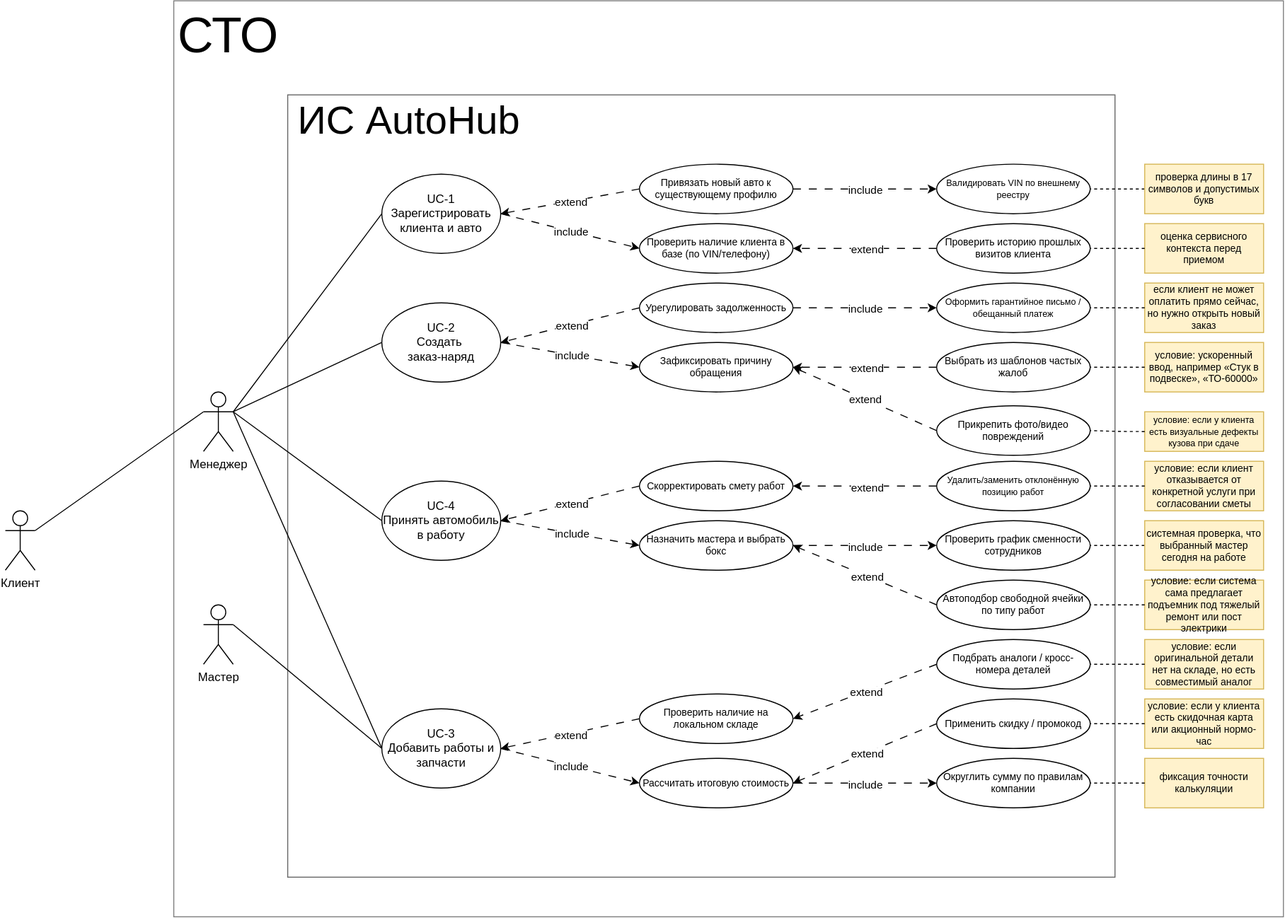
Above: docs/assets/images/usecase-diagram.svg in IggyKuz/AutoHub-Docs (draw.io), before the change. Source tidied: cells renumbered, new cells last; positions are measured from the earlier drawing's top-left corner, leaving out a move shared by most shapes.
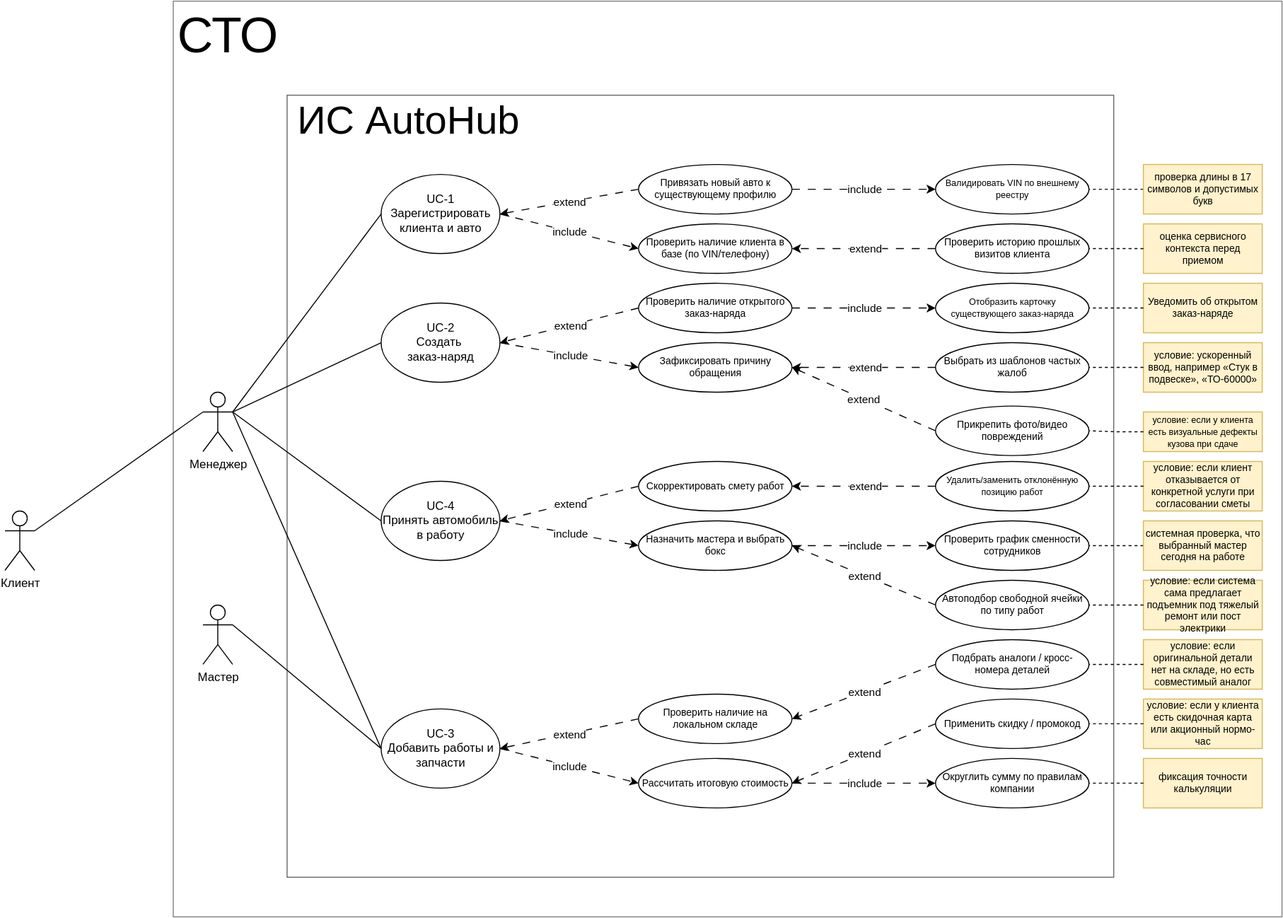
After the change.

What changed in the source:
```diff
@@ -1,13 +1,13 @@
-<mxGraphModel background="light-dark(#FFFFFF80,#12121280)">
+<mxGraphModel>
   <root>
     <mxCell id="0" />
     <mxCell id="1" parent="0" />
-    <mxCell id="2" style="rounded=0;whiteSpace=wrap;html=1;opacity=50;" parent="1" vertex="1">
-      <mxGeometry x="170" width="1120" height="925" as="geometry" />
-    </mxCell>
-    <mxCell id="3" style="rounded=0;whiteSpace=wrap;html=1;strokeColor=light-dark(#000000,#000000);opacity=60;" parent="1" vertex="1">
-      <mxGeometry x="285" y="95" width="835" height="790" as="geometry" />
-    </mxCell>
+    <mxCell id="98" style="rounded=0;whiteSpace=wrap;html=1;opacity=50;" parent="1" vertex="1">
+      <mxGeometry x="170" width="1120" height="925" as="geometry" />
+    </mxCell>
+    <mxCell id="99" style="rounded=0;whiteSpace=wrap;html=1;strokeColor=light-dark(#000000,#000000);opacity=60;" parent="1" vertex="1">
+      <mxGeometry x="285" y="95" width="835" height="790" as="geometry" />
+    </mxCell>
     <mxCell id="4" value="&lt;font style=&quot;font-size: 40px;&quot;&gt;ИС AutoHub&lt;/font&gt;" style="text;html=1;whiteSpace=wrap;strokeColor=none;fillColor=none;align=center;verticalAlign=middle;rounded=0;" parent="1" vertex="1">
       <mxGeometry x="290" y="105" width="235" height="30" as="geometry" />
     </mxCell>
@@ -38,9 +38,9 @@
     <mxCell id="13" style="endArrow=classic;html=1;rounded=0;entryX=0;entryY=0.5;entryDx=0;entryDy=0;dashed=1;dashPattern=8 8;exitX=1;exitY=0.5;exitDx=0;exitDy=0;" parent="1" edge="1" source="20" target="9">
       <mxGeometry relative="1" as="geometry" />
     </mxCell>
-    <mxCell id="14" value="include" style="edgeLabel;html=1;align=center;verticalAlign=middle;" parent="13" vertex="1">
-      <mxGeometry relative="1" as="geometry" />
-    </mxCell>
+    <mxCell id="100" value="include" style="edgeLabel;html=1;align=center;verticalAlign=middle;" parent="13" vertex="1">
+      <mxGeometry relative="1" as="geometry" />
+    </mxCell>
     <mxCell id="15" value="&lt;div&gt;UC-1&lt;/div&gt;Зарегистрировать&lt;div&gt;клиента и авто&lt;/div&gt;" style="ellipse;whiteSpace=wrap;html=1;" parent="1" vertex="1">
       <mxGeometry x="380" y="175" width="120" height="80" as="geometry" />
     </mxCell>
@@ -68,9 +68,9 @@
     <mxCell id="23" value="&lt;font&gt;Проверить наличие клиента в базе (по VIN/телефону)&lt;/font&gt;" style="ellipse;whiteSpace=wrap;html=1;fontSize=10;" parent="1" vertex="1">
       <mxGeometry x="640" y="225" width="155" height="50" as="geometry" />
     </mxCell>
-    <mxCell id="24" value="Урегулировать задолженность" style="ellipse;whiteSpace=wrap;html=1;fontSize=10;" parent="1" vertex="1">
-      <mxGeometry x="640" y="285" width="155" height="50" as="geometry" />
-    </mxCell>
+    <mxCell id="101" value="Проверить наличие открытого заказ-наряда" style="ellipse;whiteSpace=wrap;html=1;fontSize=10;" parent="1" vertex="1">
+      <mxGeometry x="640" y="285" width="155" height="50" as="geometry" />
+    </mxCell>
     <mxCell id="25" value="&lt;font&gt;Привязать новый авто к существующему профилю&lt;/font&gt;" style="ellipse;whiteSpace=wrap;html=1;fontSize=10;" parent="1" vertex="1">
       <mxGeometry x="640" y="165" width="155" height="50" as="geometry" />
     </mxCell>
@@ -86,51 +86,51 @@
     <mxCell id="29" style="endArrow=classic;html=1;rounded=0;entryX=0;entryY=0.5;entryDx=0;entryDy=0;dashed=1;dashPattern=8 8;exitX=1;exitY=0.5;exitDx=0;exitDy=0;" parent="1" edge="1" source="7" target="27">
       <mxGeometry relative="1" as="geometry" />
     </mxCell>
-    <mxCell id="30" value="include" style="edgeLabel;html=1;align=center;verticalAlign=middle;" parent="29" vertex="1">
-      <mxGeometry relative="1" as="geometry" />
-    </mxCell>
+    <mxCell id="102" value="include" style="edgeLabel;html=1;align=center;verticalAlign=middle;" parent="29" vertex="1">
+      <mxGeometry relative="1" as="geometry" />
+    </mxCell>
     <mxCell id="31" style="endArrow=classic;html=1;rounded=0;entryX=0;entryY=0.5;entryDx=0;entryDy=0;dashed=1;dashPattern=8 8;exitX=1;exitY=0.5;exitDx=0;exitDy=0;" parent="1" edge="1" source="15" target="23">
       <mxGeometry relative="1" as="geometry" />
     </mxCell>
-    <mxCell id="32" value="include" style="edgeLabel;html=1;align=center;verticalAlign=middle;" parent="31" vertex="1">
-      <mxGeometry relative="1" as="geometry" />
-    </mxCell>
+    <mxCell id="103" value="include" style="edgeLabel;html=1;align=center;verticalAlign=middle;" parent="31" vertex="1">
+      <mxGeometry relative="1" as="geometry" />
+    </mxCell>
     <mxCell id="33" style="endArrow=classic;html=1;rounded=0;entryX=0;entryY=0.5;entryDx=0;entryDy=0;dashed=1;dashPattern=8 8;exitX=1;exitY=0.5;exitDx=0;exitDy=0;" parent="1" edge="1" source="16" target="22">
       <mxGeometry relative="1" as="geometry" />
     </mxCell>
-    <mxCell id="34" value="include" style="edgeLabel;html=1;align=center;verticalAlign=middle;" parent="33" vertex="1">
-      <mxGeometry relative="1" as="geometry" />
-    </mxCell>
+    <mxCell id="104" value="include" style="edgeLabel;html=1;align=center;verticalAlign=middle;" parent="33" vertex="1">
+      <mxGeometry relative="1" as="geometry" />
+    </mxCell>
     <mxCell id="35" style="endArrow=classic;html=1;rounded=0;entryX=1;entryY=0.5;entryDx=0;entryDy=0;dashed=1;dashPattern=8 8;exitX=0;exitY=0.5;exitDx=0;exitDy=0;" parent="1" edge="1" source="25" target="15">
       <mxGeometry relative="1" as="geometry" />
     </mxCell>
-    <mxCell id="36" value="extend" style="edgeLabel;html=1;align=center;verticalAlign=middle;" parent="35" vertex="1">
-      <mxGeometry relative="1" as="geometry" />
-    </mxCell>
-    <mxCell id="37" style="endArrow=classic;html=1;rounded=0;entryX=1;entryY=0.5;entryDx=0;entryDy=0;dashed=1;dashPattern=8 8;exitX=0;exitY=0.5;exitDx=0;exitDy=0;" parent="1" edge="1" source="24" target="16">
-      <mxGeometry relative="1" as="geometry" />
-    </mxCell>
-    <mxCell id="38" value="extend" style="edgeLabel;html=1;align=center;verticalAlign=middle;" parent="37" vertex="1">
-      <mxGeometry relative="1" as="geometry" />
-    </mxCell>
+    <mxCell id="105" value="extend" style="edgeLabel;html=1;align=center;verticalAlign=middle;" parent="35" vertex="1">
+      <mxGeometry relative="1" as="geometry" />
+    </mxCell>
+    <mxCell id="106" style="endArrow=classic;html=1;rounded=0;entryX=1;entryY=0.5;entryDx=0;entryDy=0;dashed=1;dashPattern=8 8;exitX=0;exitY=0.5;exitDx=0;exitDy=0;" parent="1" edge="1" source="101" target="16">
+      <mxGeometry relative="1" as="geometry" />
+    </mxCell>
+    <mxCell id="107" value="extend" style="edgeLabel;html=1;align=center;verticalAlign=middle;" parent="106" vertex="1">
+      <mxGeometry relative="1" as="geometry" />
+    </mxCell>
     <mxCell id="39" style="endArrow=classic;html=1;rounded=0;entryX=1;entryY=0.5;entryDx=0;entryDy=0;dashed=1;dashPattern=8 8;exitX=0;exitY=0.5;exitDx=0;exitDy=0;" parent="1" edge="1" source="28" target="7">
       <mxGeometry relative="1" as="geometry" />
     </mxCell>
-    <mxCell id="40" value="extend" style="edgeLabel;html=1;align=center;verticalAlign=middle;" parent="39" vertex="1">
-      <mxGeometry relative="1" as="geometry" />
-    </mxCell>
+    <mxCell id="108" value="extend" style="edgeLabel;html=1;align=center;verticalAlign=middle;" parent="39" vertex="1">
+      <mxGeometry relative="1" as="geometry" />
+    </mxCell>
     <mxCell id="41" style="endArrow=classic;html=1;rounded=0;entryX=1;entryY=0.5;entryDx=0;entryDy=0;dashed=1;dashPattern=8 8;exitX=0;exitY=0.5;exitDx=0;exitDy=0;" parent="1" edge="1" source="26" target="20">
       <mxGeometry relative="1" as="geometry" />
     </mxCell>
-    <mxCell id="42" value="extend" style="edgeLabel;html=1;align=center;verticalAlign=middle;" parent="41" vertex="1">
-      <mxGeometry relative="1" as="geometry" />
-    </mxCell>
+    <mxCell id="109" value="extend" style="edgeLabel;html=1;align=center;verticalAlign=middle;" parent="41" vertex="1">
+      <mxGeometry relative="1" as="geometry" />
+    </mxCell>
     <mxCell id="43" style="endArrow=classic;html=1;rounded=0;entryX=1;entryY=0.5;entryDx=0;entryDy=0;dashed=1;dashPattern=8 8;exitX=0;exitY=0.5;exitDx=0;exitDy=0;" parent="1" edge="1" source="45" target="23">
       <mxGeometry relative="1" as="geometry" />
     </mxCell>
-    <mxCell id="44" value="extend" style="edgeLabel;html=1;align=center;verticalAlign=middle;" parent="43" vertex="1">
-      <mxGeometry relative="1" as="geometry" />
-    </mxCell>
+    <mxCell id="110" value="extend" style="edgeLabel;html=1;align=center;verticalAlign=middle;" parent="43" vertex="1">
+      <mxGeometry relative="1" as="geometry" />
+    </mxCell>
     <mxCell id="45" value="Проверить историю прошлых визитов клиента" style="ellipse;whiteSpace=wrap;html=1;fontSize=10;" parent="1" vertex="1">
       <mxGeometry x="940" y="225" width="155" height="50" as="geometry" />
     </mxCell>
@@ -140,36 +140,36 @@
     <mxCell id="47" style="endArrow=classic;html=1;rounded=0;entryX=0;entryY=0.5;entryDx=0;entryDy=0;dashed=1;dashPattern=8 8;exitX=1;exitY=0.5;exitDx=0;exitDy=0;" parent="1" edge="1" source="25" target="46">
       <mxGeometry relative="1" as="geometry" />
     </mxCell>
-    <mxCell id="48" value="include" style="edgeLabel;html=1;align=center;verticalAlign=middle;" parent="47" vertex="1">
-      <mxGeometry relative="1" as="geometry" />
-    </mxCell>
+    <mxCell id="111" value="include" style="edgeLabel;html=1;align=center;verticalAlign=middle;" parent="47" vertex="1">
+      <mxGeometry relative="1" as="geometry" />
+    </mxCell>
     <mxCell id="49" value="Прикрепить фото/видео повреждений" style="ellipse;whiteSpace=wrap;html=1;fontSize=10;" parent="1" vertex="1">
       <mxGeometry x="940" y="409" width="155" height="50" as="geometry" />
     </mxCell>
     <mxCell id="50" style="endArrow=classic;html=1;rounded=0;entryX=1;entryY=0.5;entryDx=0;entryDy=0;dashed=1;dashPattern=8 8;exitX=0;exitY=0.5;exitDx=0;exitDy=0;" parent="1" edge="1" source="54" target="22">
       <mxGeometry relative="1" as="geometry" />
     </mxCell>
-    <mxCell id="51" value="extend" style="edgeLabel;html=1;align=center;verticalAlign=middle;" parent="50" vertex="1">
-      <mxGeometry relative="1" as="geometry" />
-    </mxCell>
+    <mxCell id="112" value="extend" style="edgeLabel;html=1;align=center;verticalAlign=middle;" parent="50" vertex="1">
+      <mxGeometry relative="1" as="geometry" />
+    </mxCell>
     <mxCell id="52" style="endArrow=classic;html=1;rounded=0;entryX=1;entryY=0.5;entryDx=0;entryDy=0;dashed=1;dashPattern=8 8;exitX=0;exitY=0.5;exitDx=0;exitDy=0;" parent="1" edge="1" source="49" target="22">
       <mxGeometry relative="1" as="geometry" />
     </mxCell>
-    <mxCell id="53" value="extend" style="edgeLabel;html=1;align=center;verticalAlign=middle;" parent="52" vertex="1">
-      <mxGeometry relative="1" as="geometry" />
-    </mxCell>
+    <mxCell id="113" value="extend" style="edgeLabel;html=1;align=center;verticalAlign=middle;" parent="52" vertex="1">
+      <mxGeometry relative="1" as="geometry" />
+    </mxCell>
     <mxCell id="54" value="Выбрать из шаблонов частых жалоб" style="ellipse;whiteSpace=wrap;html=1;fontSize=10;" parent="1" vertex="1">
       <mxGeometry x="940" y="345" width="155" height="50" as="geometry" />
     </mxCell>
-    <mxCell id="55" value="&lt;font style=&quot;font-size: 9px;&quot;&gt;Оформить гарантийное письмо / обещанный платеж&lt;/font&gt;" style="ellipse;whiteSpace=wrap;html=1;fontSize=10;" parent="1" vertex="1">
-      <mxGeometry x="940" y="285" width="155" height="50" as="geometry" />
-    </mxCell>
-    <mxCell id="56" style="endArrow=classic;html=1;rounded=0;entryX=0;entryY=0.5;entryDx=0;entryDy=0;dashed=1;dashPattern=8 8;exitX=1;exitY=0.5;exitDx=0;exitDy=0;" parent="1" edge="1" source="24" target="55">
-      <mxGeometry relative="1" as="geometry" />
-    </mxCell>
-    <mxCell id="57" value="include" style="edgeLabel;html=1;align=center;verticalAlign=middle;" parent="56" vertex="1">
-      <mxGeometry relative="1" as="geometry" />
-    </mxCell>
+    <mxCell id="114" value="&lt;font style=&quot;font-size: 9px;&quot;&gt;Отобразить карточку существующего заказ-наряда&lt;/font&gt;" style="ellipse;whiteSpace=wrap;html=1;fontSize=10;" parent="1" vertex="1">
+      <mxGeometry x="940" y="285" width="155" height="50" as="geometry" />
+    </mxCell>
+    <mxCell id="115" style="endArrow=classic;html=1;rounded=0;entryX=0;entryY=0.5;entryDx=0;entryDy=0;dashed=1;dashPattern=8 8;exitX=1;exitY=0.5;exitDx=0;exitDy=0;" parent="1" edge="1" source="101" target="114">
+      <mxGeometry relative="1" as="geometry" />
+    </mxCell>
+    <mxCell id="116" value="include" style="edgeLabel;html=1;align=center;verticalAlign=middle;" parent="115" vertex="1">
+      <mxGeometry relative="1" as="geometry" />
+    </mxCell>
     <mxCell id="58" value="Округлить сумму по правилам компании" style="ellipse;whiteSpace=wrap;html=1;fontSize=10;" parent="1" vertex="1">
       <mxGeometry x="940" y="765" width="155" height="50" as="geometry" />
     </mxCell>
@@ -179,24 +179,24 @@
     <mxCell id="60" style="endArrow=classic;html=1;rounded=0;entryX=0;entryY=0.5;entryDx=0;entryDy=0;dashed=1;dashPattern=8 8;exitX=1;exitY=0.5;exitDx=0;exitDy=0;" parent="1" edge="1" source="27" target="58">
       <mxGeometry relative="1" as="geometry" />
     </mxCell>
-    <mxCell id="61" value="include" style="edgeLabel;html=1;align=center;verticalAlign=middle;" parent="60" vertex="1">
-      <mxGeometry relative="1" as="geometry" />
-    </mxCell>
+    <mxCell id="117" value="include" style="edgeLabel;html=1;align=center;verticalAlign=middle;" parent="60" vertex="1">
+      <mxGeometry relative="1" as="geometry" />
+    </mxCell>
     <mxCell id="62" style="endArrow=classic;html=1;rounded=0;entryX=1;entryY=0.5;entryDx=0;entryDy=0;dashed=1;dashPattern=8 8;exitX=0;exitY=0.5;exitDx=0;exitDy=0;" parent="1" edge="1" source="59" target="27">
       <mxGeometry relative="1" as="geometry" />
     </mxCell>
-    <mxCell id="63" value="extend" style="edgeLabel;html=1;align=center;verticalAlign=middle;" parent="62" vertex="1">
-      <mxGeometry relative="1" as="geometry" />
-    </mxCell>
+    <mxCell id="118" value="extend" style="edgeLabel;html=1;align=center;verticalAlign=middle;" parent="62" vertex="1">
+      <mxGeometry relative="1" as="geometry" />
+    </mxCell>
     <mxCell id="64" value="Подбрать аналоги / кросс-номера деталей" style="ellipse;whiteSpace=wrap;html=1;fontSize=10;" parent="1" vertex="1">
       <mxGeometry x="940" y="645" width="155" height="50" as="geometry" />
     </mxCell>
     <mxCell id="65" style="endArrow=classic;html=1;rounded=0;entryX=1;entryY=0.5;entryDx=0;entryDy=0;dashed=1;dashPattern=8 8;exitX=0;exitY=0.5;exitDx=0;exitDy=0;" parent="1" edge="1" source="64" target="28">
       <mxGeometry relative="1" as="geometry" />
     </mxCell>
-    <mxCell id="66" value="extend" style="edgeLabel;html=1;align=center;verticalAlign=middle;" parent="65" vertex="1">
-      <mxGeometry relative="1" as="geometry" />
-    </mxCell>
+    <mxCell id="119" value="extend" style="edgeLabel;html=1;align=center;verticalAlign=middle;" parent="65" vertex="1">
+      <mxGeometry relative="1" as="geometry" />
+    </mxCell>
     <mxCell id="67" value="Автоподбор свободной ячейки по типу работ" style="ellipse;whiteSpace=wrap;html=1;fontSize=10;" parent="1" vertex="1">
       <mxGeometry x="940" y="585" width="155" height="50" as="geometry" />
     </mxCell>
@@ -209,21 +209,21 @@
     <mxCell id="70" style="endArrow=classic;html=1;rounded=0;entryX=0;entryY=0.5;entryDx=0;entryDy=0;dashed=1;dashPattern=8 8;exitX=1;exitY=0.5;exitDx=0;exitDy=0;" parent="1" edge="1" source="9" target="69">
       <mxGeometry relative="1" as="geometry" />
     </mxCell>
-    <mxCell id="71" value="include" style="edgeLabel;html=1;align=center;verticalAlign=middle;" parent="70" vertex="1">
-      <mxGeometry relative="1" as="geometry" />
-    </mxCell>
+    <mxCell id="120" value="include" style="edgeLabel;html=1;align=center;verticalAlign=middle;" parent="70" vertex="1">
+      <mxGeometry relative="1" as="geometry" />
+    </mxCell>
     <mxCell id="72" style="endArrow=classic;html=1;rounded=0;entryX=1;entryY=0.5;entryDx=0;entryDy=0;dashed=1;dashPattern=8 8;exitX=0;exitY=0.5;exitDx=0;exitDy=0;" parent="1" edge="1" source="67" target="9">
       <mxGeometry relative="1" as="geometry" />
     </mxCell>
-    <mxCell id="73" value="extend" style="edgeLabel;html=1;align=center;verticalAlign=middle;" parent="72" vertex="1">
-      <mxGeometry relative="1" as="geometry" />
-    </mxCell>
+    <mxCell id="121" value="extend" style="edgeLabel;html=1;align=center;verticalAlign=middle;" parent="72" vertex="1">
+      <mxGeometry relative="1" as="geometry" />
+    </mxCell>
     <mxCell id="74" style="endArrow=classic;html=1;rounded=0;entryX=1;entryY=0.5;entryDx=0;entryDy=0;dashed=1;dashPattern=8 8;exitX=0;exitY=0.5;exitDx=0;exitDy=0;" parent="1" edge="1" source="68" target="26">
       <mxGeometry relative="1" as="geometry" />
     </mxCell>
-    <mxCell id="75" value="extend" style="edgeLabel;html=1;align=center;verticalAlign=middle;" parent="74" vertex="1">
-      <mxGeometry relative="1" as="geometry" />
-    </mxCell>
+    <mxCell id="122" value="extend" style="edgeLabel;html=1;align=center;verticalAlign=middle;" parent="74" vertex="1">
+      <mxGeometry relative="1" as="geometry" />
+    </mxCell>
     <mxCell id="76" style="edgeStyle=orthogonalEdgeStyle;rounded=0;jettySize=auto;html=1;endArrow=none;endFill=0;strokeColor=light-dark(#000000,#000000);dashed=1;" parent="1" edge="1" source="77" target="46">
       <mxGeometry relative="1" as="geometry" />
     </mxCell>
@@ -236,12 +236,12 @@
     <mxCell id="79" style="edgeStyle=orthogonalEdgeStyle;rounded=0;jettySize=auto;html=1;endArrow=none;endFill=0;strokeColor=light-dark(#000000,#000000);entryX=1;entryY=0.5;entryDx=0;entryDy=0;exitX=0;exitY=0.5;exitDx=0;exitDy=0;dashed=1;" parent="1" edge="1" source="78" target="45">
       <mxGeometry relative="1" as="geometry" />
     </mxCell>
-    <mxCell id="80" value="если клиент не может оплатить прямо сейчас, но нужно открыть новый заказ" style="rounded=0;whiteSpace=wrap;html=1;fillColor=#fff2cc;strokeColor=#d6b656;fontSize=10;" parent="1" vertex="1">
-      <mxGeometry x="1150" y="285" width="120" height="50" as="geometry" />
-    </mxCell>
-    <mxCell id="81" style="edgeStyle=orthogonalEdgeStyle;rounded=0;jettySize=auto;html=1;endArrow=none;endFill=0;strokeColor=light-dark(#000000,#000000);entryX=1;entryY=0.5;entryDx=0;entryDy=0;exitX=0;exitY=0.5;exitDx=0;exitDy=0;dashed=1;" parent="1" edge="1" source="80" target="55">
-      <mxGeometry relative="1" as="geometry" />
-    </mxCell>
+    <mxCell id="123" value="Уведомить об открытом заказ-наряде" style="rounded=0;whiteSpace=wrap;html=1;fillColor=#fff2cc;strokeColor=#d6b656;fontSize=10;" parent="1" vertex="1">
+      <mxGeometry x="1150" y="285" width="120" height="50" as="geometry" />
+    </mxCell>
+    <mxCell id="124" style="edgeStyle=orthogonalEdgeStyle;rounded=0;jettySize=auto;html=1;endArrow=none;endFill=0;strokeColor=light-dark(#000000,#000000);entryX=1;entryY=0.5;entryDx=0;entryDy=0;exitX=0;exitY=0.5;exitDx=0;exitDy=0;dashed=1;" parent="1" edge="1" source="123" target="114">
+      <mxGeometry relative="1" as="geometry" />
+    </mxCell>
     <mxCell id="82" value="условие: ускоренный ввод, например «Стук в подвеске», «ТО-60000»" style="rounded=0;whiteSpace=wrap;html=1;fillColor=#fff2cc;strokeColor=#d6b656;fontSize=10;" parent="1" vertex="1">
       <mxGeometry x="1150" y="345" width="120" height="50" as="geometry" />
     </mxCell>
```
